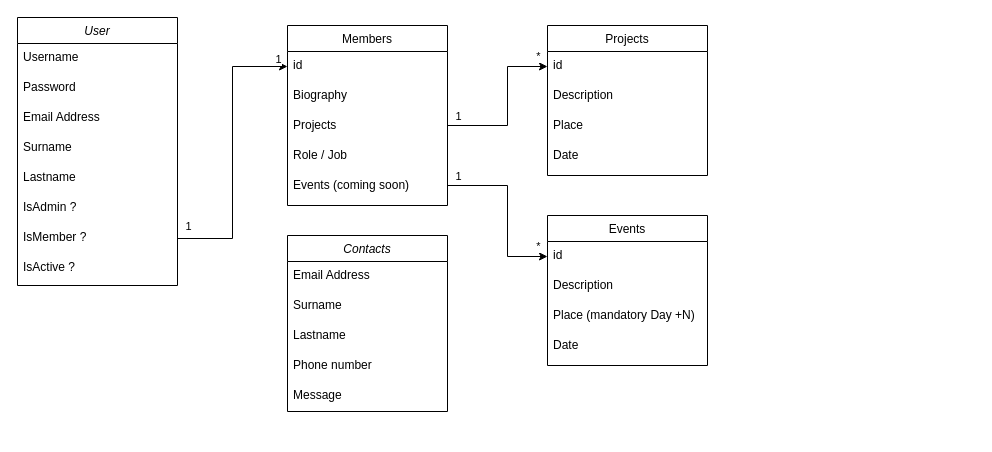
gmaOCR/Asso_Karkhiv keeps this draw.io diagram as UML Diagrams.drawio. Above is the earlier version. Source tidied: cells renumbered, new cells numbered last; positions are measured from the earlier drawing's top-left corner, leaving out a move shared by most shapes. Both pictures are drawn from the tidied source at 100%, with x=0, y=0 at pixel (17, 17).
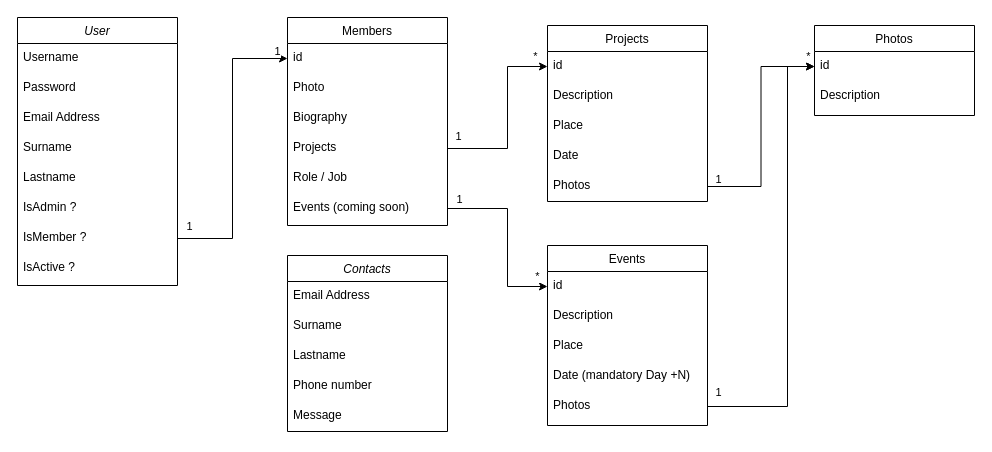
Above is the later version.

Commit message:
Mettre à jour UML Diagrams.drawio

Unchanged cells that the change refers to:
```xml
<mxCell id="21" value="id" style="text;align=left;verticalAlign=top;spacingLeft=4;spacingRight=4;overflow=hidden;points=[[0,0.5],[1,0.5]];portConstraint=eastwest;" parent="20" vertex="1">
  <mxGeometry y="26" width="160" height="30" as="geometry" />
</mxCell>
<mxCell id="29" value="id" style="text;align=left;verticalAlign=top;spacingLeft=4;spacingRight=4;overflow=hidden;points=[[0,0.5],[1,0.5]];portConstraint=eastwest;" parent="28" vertex="1">
  <mxGeometry y="26" width="160" height="30" as="geometry" />
</mxCell>
```

The edit, as a diff of the source:
```diff
@@
     <mxCell id="11" value="Members" style="swimlane;fontStyle=0;align=center;verticalAlign=top;horizontal=1;startSize=26;rounded=0;shadow=0;strokeWidth=1;" parent="1" vertex="1">
-      <mxGeometry x="270" y="8" width="160" height="180" as="geometry" />
+      <mxGeometry x="270" width="160" height="208" as="geometry" />
     </mxCell>
@@
+    <mxCell id="42" value="Photo" style="text;align=left;verticalAlign=top;spacingLeft=4;spacingRight=4;overflow=hidden;rounded=0;shadow=0;html=0;" parent="11" vertex="1">
+      <mxGeometry y="56" width="160" height="30" as="geometry" />
+    </mxCell>
     <mxCell id="13" value="Biography" style="text;align=left;verticalAlign=top;spacingLeft=4;spacingRight=4;overflow=hidden;rounded=0;shadow=0;html=0;" parent="11" vertex="1">
-      <mxGeometry y="56" width="160" height="30" as="geometry" />
+      <mxGeometry y="86" width="160" height="30" as="geometry" />
     </mxCell>
     <mxCell id="14" value="Projects" style="text;align=left;verticalAlign=top;spacingLeft=4;spacingRight=4;overflow=hidden;points=[[0,0.5],[1,0.5]];portConstraint=eastwest;rounded=0;shadow=0;html=0;" parent="11" vertex="1">
-      <mxGeometry y="86" width="160" height="30" as="geometry" />
+      <mxGeometry y="116" width="160" height="30" as="geometry" />
     </mxCell>
     <mxCell id="15" value="Role / Job" style="text;align=left;verticalAlign=top;spacingLeft=4;spacingRight=4;overflow=hidden;rounded=0;shadow=0;html=0;" parent="11" vertex="1">
-      <mxGeometry y="116" width="160" height="30" as="geometry" />
+      <mxGeometry y="146" width="160" height="30" as="geometry" />
     </mxCell>
     <mxCell id="16" value="Events (coming soon)" style="text;align=left;verticalAlign=top;spacingLeft=4;spacingRight=4;overflow=hidden;points=[[0,0.5],[1,0.5]];portConstraint=eastwest;rounded=0;shadow=0;html=0;" parent="11" vertex="1">
-      <mxGeometry y="146" width="160" height="30" as="geometry" />
+      <mxGeometry y="176" width="160" height="30" as="geometry" />
     </mxCell>
@@
     <mxCell id="20" value="Projects" style="swimlane;fontStyle=0;align=center;verticalAlign=top;horizontal=1;startSize=26;rounded=0;shadow=0;strokeWidth=1;" parent="1" vertex="1">
-      <mxGeometry x="530" y="8" width="160" height="150" as="geometry" />
+      <mxGeometry x="530" y="8" width="160" height="176" as="geometry" />
     </mxCell>
@@
+    <mxCell id="43" value="Photos" style="text;align=left;verticalAlign=top;spacingLeft=4;spacingRight=4;overflow=hidden;points=[[0,0.5],[1,0.5]];portConstraint=eastwest;rounded=0;shadow=0;html=0;" parent="20" vertex="1">
+      <mxGeometry y="146" width="160" height="30" as="geometry" />
+    </mxCell>
     <mxCell id="25" style="edgeStyle=orthogonalEdgeStyle;rounded=0;jettySize=auto;html=1;entryX=0;entryY=0.5;entryDx=0;entryDy=0;exitX=1;exitY=0.5;exitDx=0;exitDy=0;" parent="1" edge="1" source="14" target="21">
       <mxGeometry x="-0.81" y="21" relative="1" as="geometry">
         <Array as="points">
-          <mxPoint x="490" y="108" />
+          <mxPoint x="490" y="131" />
           <mxPoint x="490" y="49" />
         </Array>
       </mxGeometry>
     </mxCell>
-    <mxCell id="26" value="1" style="edgeLabel;html=1;align=center;verticalAlign=middle;" parent="25" vertex="1">
-      <mxGeometry x="-0.57" y="1" relative="1" as="geometry">
-        <mxPoint x="-23" y="-9" as="offset" />
-      </mxGeometry>
-    </mxCell>
@@
+    <mxCell id="44" value="1" style="edgeLabel;html=1;align=center;verticalAlign=middle;" parent="25" vertex="1">
+      <mxGeometry x="-0.69" y="-1" relative="1" as="geometry">
+        <mxPoint x="-18" y="-14" as="offset" />
+      </mxGeometry>
+    </mxCell>
     <mxCell id="28" value="Events" style="swimlane;fontStyle=0;align=center;verticalAlign=top;horizontal=1;startSize=26;rounded=0;shadow=0;strokeWidth=1;" parent="1" vertex="1">
-      <mxGeometry x="530" y="198" width="160" height="150" as="geometry" />
+      <mxGeometry x="530" y="228" width="160" height="180" as="geometry" />
     </mxCell>
@@
-    <mxCell id="31" value="Place (mandatory Day +N)" style="text;align=left;verticalAlign=top;spacingLeft=4;spacingRight=4;overflow=hidden;rounded=0;shadow=0;html=0;" parent="28" vertex="1">
+    <mxCell id="31" value="Place " style="text;align=left;verticalAlign=top;spacingLeft=4;spacingRight=4;overflow=hidden;rounded=0;shadow=0;html=0;" parent="28" vertex="1">
       <mxGeometry y="86" width="160" height="30" as="geometry" />
     </mxCell>
-    <mxCell id="32" value="Date" style="text;align=left;verticalAlign=top;spacingLeft=4;spacingRight=4;overflow=hidden;rounded=0;shadow=0;html=0;" parent="28" vertex="1">
+    <mxCell id="32" value="Date (mandatory Day +N)" style="text;align=left;verticalAlign=top;spacingLeft=4;spacingRight=4;overflow=hidden;rounded=0;shadow=0;html=0;" parent="28" vertex="1">
       <mxGeometry y="116" width="160" height="30" as="geometry" />
     </mxCell>
+    <mxCell id="45" value="Photos" style="text;align=left;verticalAlign=top;spacingLeft=4;spacingRight=4;overflow=hidden;points=[[0,0.5],[1,0.5]];portConstraint=eastwest;rounded=0;shadow=0;html=0;" parent="28" vertex="1">
+      <mxGeometry y="146" width="160" height="30" as="geometry" />
+    </mxCell>
-    <mxCell id="33" style="edgeStyle=orthogonalEdgeStyle;rounded=0;jettySize=auto;html=1;entryX=0;entryY=0.5;entryDx=0;entryDy=0;" parent="1" edge="1" source="16" target="29">
+    <mxCell id="33" style="edgeStyle=orthogonalEdgeStyle;rounded=0;jettySize=auto;html=1;entryX=0;entryY=0.5;entryDx=0;entryDy=0;" parent="1" edge="1" target="29">
       <mxGeometry x="-0.81" y="21" relative="1" as="geometry">
+        <mxPoint x="430" y="191" as="sourcePoint" />
         <Array as="points">
-          <mxPoint x="490" y="168" />
-          <mxPoint x="490" y="239" />
+          <mxPoint x="490" y="191" />
+          <mxPoint x="490" y="269" />
         </Array>
       </mxGeometry>
     </mxCell>
@@
     <mxCell id="36" value="Contacts" style="swimlane;fontStyle=2;align=center;verticalAlign=top;horizontal=1;startSize=26;rounded=0;shadow=0;strokeWidth=1;" parent="1" vertex="1">
-      <mxGeometry x="270" y="218" width="160" height="176" as="geometry" />
+      <mxGeometry x="270" y="238" width="160" height="176" as="geometry" />
     </mxCell>
@@
+    <mxCell id="46" value="Photos" style="swimlane;fontStyle=0;align=center;verticalAlign=top;horizontal=1;startSize=26;rounded=0;shadow=0;strokeWidth=1;" parent="1" vertex="1">
+      <mxGeometry x="797" y="8" width="160" height="90" as="geometry" />
+    </mxCell>
+    <mxCell id="47" value="id" style="text;align=left;verticalAlign=top;spacingLeft=4;spacingRight=4;overflow=hidden;points=[[0,0.5],[1,0.5]];portConstraint=eastwest;" parent="46" vertex="1">
+      <mxGeometry y="26" width="160" height="30" as="geometry" />
+    </mxCell>
+    <mxCell id="48" value="Description" style="text;align=left;verticalAlign=top;spacingLeft=4;spacingRight=4;overflow=hidden;rounded=0;shadow=0;html=0;" parent="46" vertex="1">
+      <mxGeometry y="56" width="160" height="30" as="geometry" />
+    </mxCell>
+    <mxCell id="49" style="edgeStyle=orthogonalEdgeStyle;rounded=0;jettySize=auto;html=1;" parent="1" edge="1" source="43" target="47">
+      <mxGeometry relative="1" as="geometry" />
+    </mxCell>
+    <mxCell id="50" value="1" style="edgeLabel;html=1;align=center;verticalAlign=middle;" parent="49" vertex="1">
+      <mxGeometry x="-0.75" relative="1" as="geometry">
+        <mxPoint x="-18" y="-8" as="offset" />
+      </mxGeometry>
+    </mxCell>
+    <mxCell id="51" value="*" style="edgeLabel;html=1;align=center;verticalAlign=middle;" parent="49" vertex="1">
+      <mxGeometry x="0.76" relative="1" as="geometry">
+        <mxPoint x="20" y="-11" as="offset" />
+      </mxGeometry>
+    </mxCell>
+    <mxCell id="52" style="edgeStyle=orthogonalEdgeStyle;rounded=0;jettySize=auto;html=1;entryX=0;entryY=0.5;entryDx=0;entryDy=0;" parent="1" edge="1" source="45" target="47">
+      <mxGeometry relative="1" as="geometry">
+        <Array as="points">
+          <mxPoint x="770" y="389" />
+          <mxPoint x="770" y="49" />
+        </Array>
+      </mxGeometry>
+    </mxCell>
+    <mxCell id="53" value="1" style="edgeLabel;html=1;align=center;verticalAlign=middle;" parent="52" vertex="1">
+      <mxGeometry x="-0.83" y="1" relative="1" as="geometry">
+        <mxPoint x="-28" y="-14" as="offset" />
+      </mxGeometry>
+    </mxCell>
```
